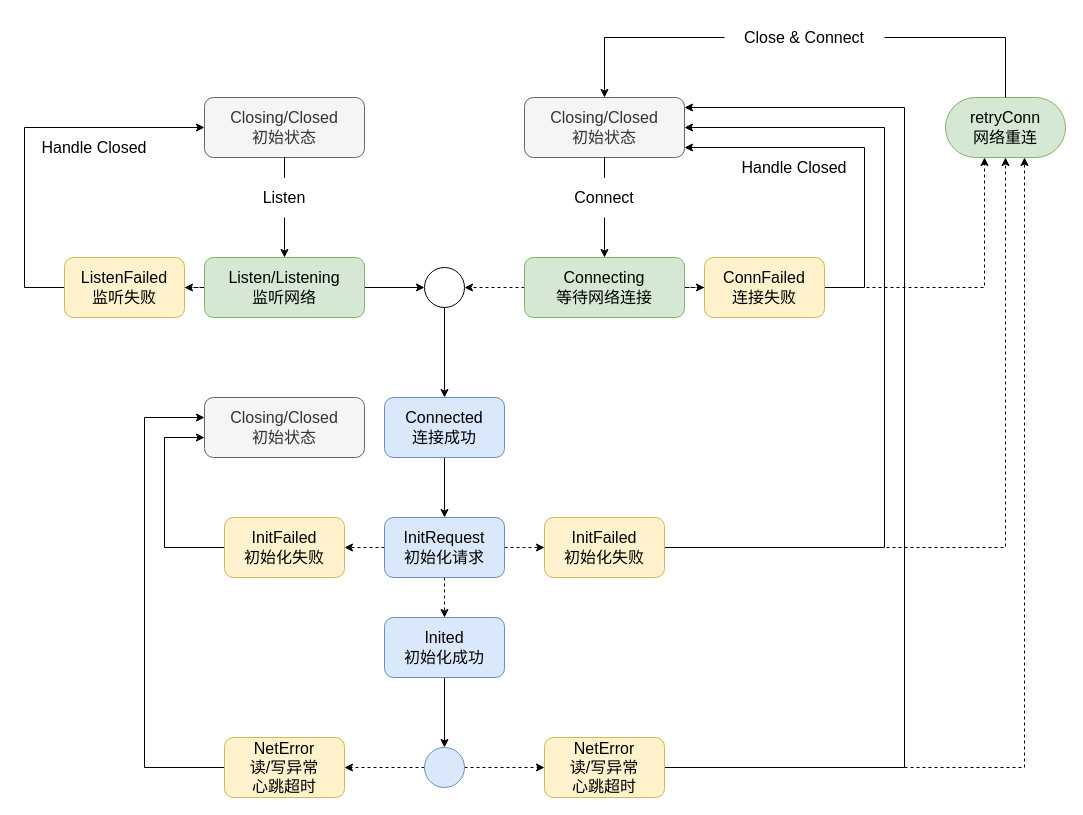
Earlier version of the draw.io diagram src/sample-net/doc/states.drawio (zxffffffff/start-cpp-vcpkg). Source tidied: cells renumbered, new cells numbered last; positions are measured from the earlier drawing's top-left corner, leaving out a move shared by most shapes. Both pictures are drawn from the tidied source at 100%, with x=0, y=0 at pixel (24, 17).
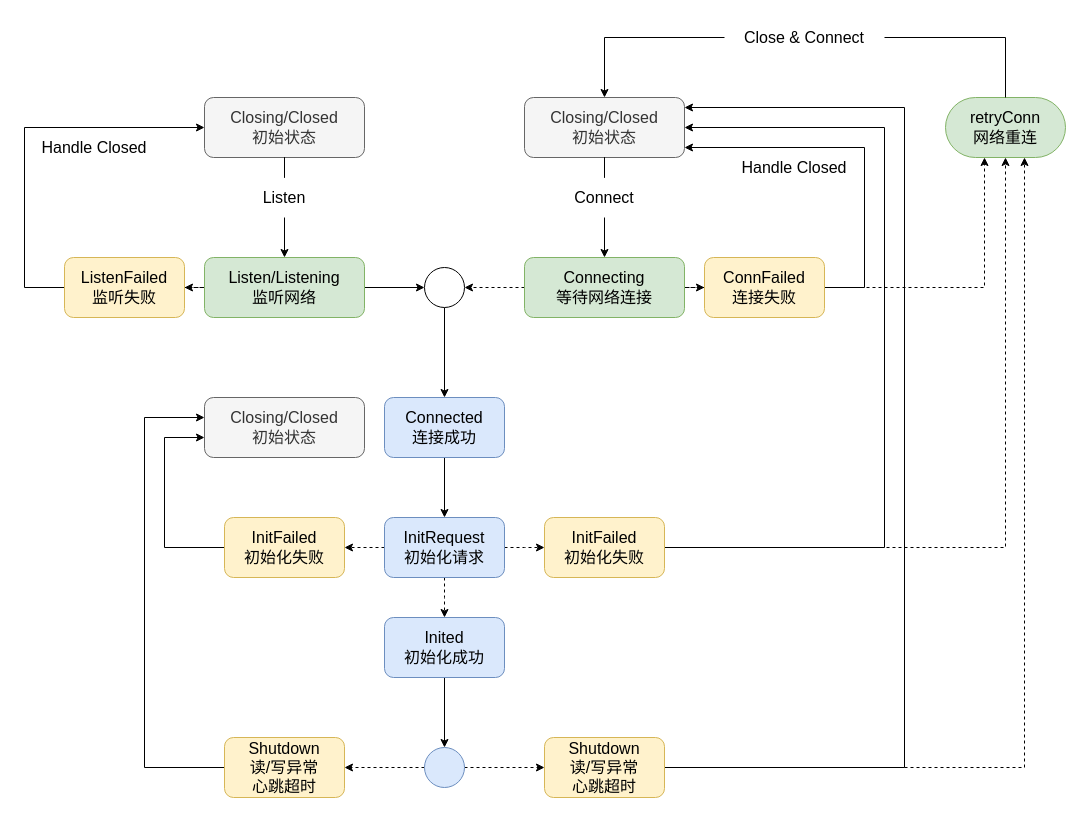
The same diagram, later.

The edit, as a diff of the source:
```diff
@@
-    <mxCell id="23" value="NetError&lt;br&gt;读/写异常&lt;br&gt;心跳超时" style="rounded=1;whiteSpace=wrap;html=1;fontFamily=微软雅黑;fontSize=16;fillColor=#fff2cc;strokeColor=#d6b656;" parent="1" vertex="1">
+    <mxCell id="23" value="Shutdown&lt;br&gt;读/写异常&lt;br&gt;心跳超时" style="rounded=1;whiteSpace=wrap;html=1;fontFamily=微软雅黑;fontSize=16;fillColor=#fff2cc;strokeColor=#d6b656;" parent="1" vertex="1">
       <mxGeometry x="520" y="720" width="120" height="60" as="geometry" />
     </mxCell>
@@
-    <mxCell id="45" value="NetError&lt;br&gt;读/写异常&lt;br&gt;心跳超时" style="rounded=1;whiteSpace=wrap;html=1;fontFamily=微软雅黑;fontSize=16;fillColor=#fff2cc;strokeColor=#d6b656;" parent="1" vertex="1">
+    <mxCell id="45" value="Shutdown&lt;br&gt;读/写异常&lt;br&gt;心跳超时" style="rounded=1;whiteSpace=wrap;html=1;fontFamily=微软雅黑;fontSize=16;fillColor=#fff2cc;strokeColor=#d6b656;" parent="1" vertex="1">
       <mxGeometry x="200" y="720" width="120" height="60" as="geometry" />
     </mxCell>
```
